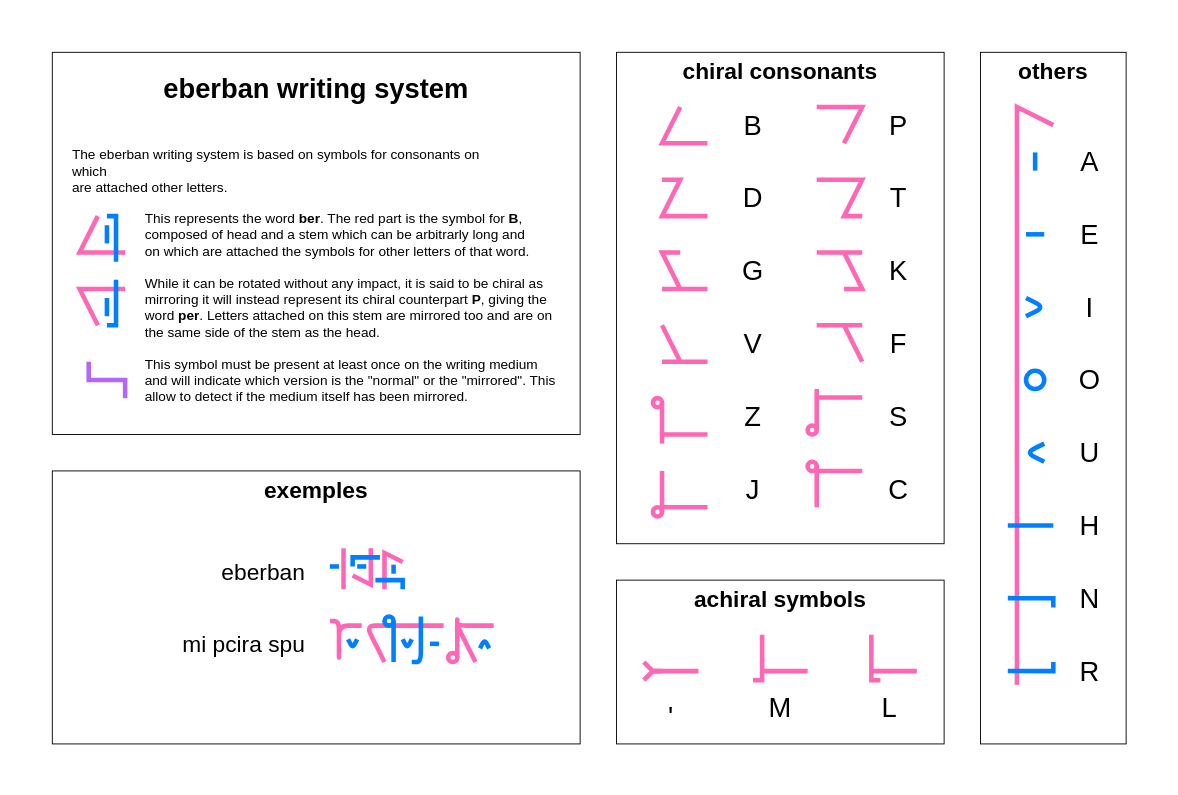
The draw.io diagram images/writing_system.drawio in eberban/eberban, before the edit. Source tidied: cells renumbered, new cells numbered last; positions are measured from the earlier drawing's top-left corner, leaving out a move shared by most shapes. Both pictures are drawn from the tidied source at 91%, with x=0, y=0 at pixel (15, 15).
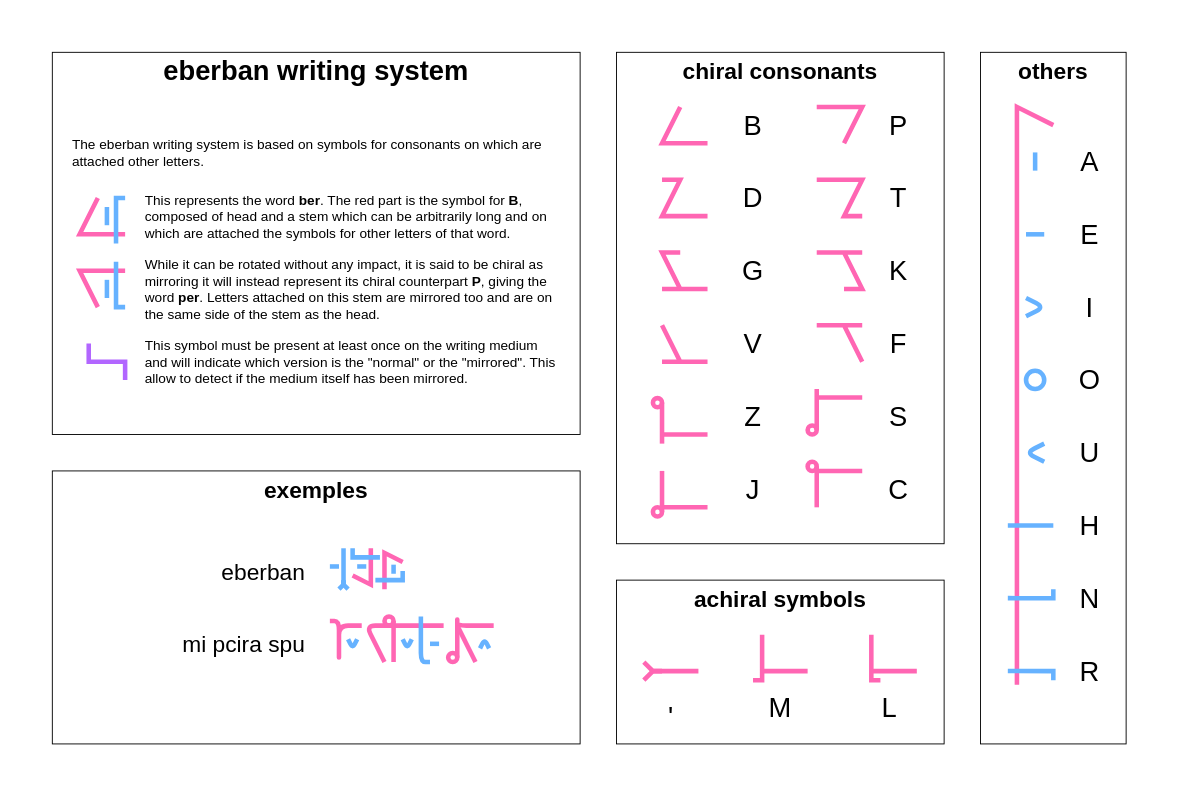
After the change.

Commit message (it also covers changes not shown here):
swap r/n symbol + fix logos

Change to the diagram source:
```diff
@@
-    <mxCell id="3" style="rounded=0;whiteSpace=wrap;html=1;strokeColor=none;strokeWidth=1;fillColor=none;fontFamily=Rajdhani;fontSize=25;align=center;" parent="1" vertex="1">
-      <mxGeometry width="1260" height="840" as="geometry" />
-    </mxCell>
@@
     <mxCell id="5" style="endArrow=none;html=1;strokeColor=#FF66B3;strokeWidth=5;fontFamily=Rajdhani;fontSize=15;rounded=0;" parent="1" edge="1">
       <mxGeometry relative="1" as="geometry">
-        <mxPoint x="90" y="220" as="sourcePoint" />
-        <mxPoint x="120" y="260" as="targetPoint" />
+        <mxPoint x="90" y="200" as="sourcePoint" />
+        <mxPoint x="120" y="240" as="targetPoint" />
         <Array as="points">
-          <mxPoint x="70" y="260" />
+          <mxPoint x="70" y="240" />
         </Array>
       </mxGeometry>
     </mxCell>
     <mxCell id="6" style="endArrow=none;html=1;strokeColor=#FF66B3;strokeWidth=5;fontFamily=Rajdhani;fontSize=15;rounded=0;" parent="1" edge="1">
       <mxGeometry relative="1" as="geometry">
-        <mxPoint x="90" y="340" as="sourcePoint" />
-        <mxPoint x="120" y="300" as="targetPoint" />
+        <mxPoint x="90" y="320" as="sourcePoint" />
+        <mxPoint x="120" y="280" as="targetPoint" />
         <Array as="points">
-          <mxPoint x="70" y="300" />
+          <mxPoint x="70" y="280" />
         </Array>
       </mxGeometry>
     </mxCell>
@@
     <mxCell id="9" value="eberban writing system" style="text;html=1;strokeColor=none;fillColor=none;align=center;verticalAlign=middle;whiteSpace=wrap;rounded=0;fontFamily=Rajdhani;fontStyle=1;fontSize=30;" parent="1" vertex="1">
-      <mxGeometry x="40" y="60" width="580" height="40" as="geometry" />
+      <mxGeometry x="40" y="40" width="580" height="40" as="geometry" />
     </mxCell>
-    <mxCell id="10" value="The eberban writing system is based on symbols for consonants on which&lt;br&gt;are attached other letters." style="text;html=1;strokeColor=none;fillColor=none;align=left;verticalAlign=middle;whiteSpace=wrap;rounded=0;fontFamily=Rajdhani;fontSize=15;" parent="1" vertex="1">
-      <mxGeometry x="60" y="140" width="460" height="60" as="geometry" />
+    <mxCell id="10" value="The eberban writing system is based on symbols for consonants on which are attached other letters." style="text;html=1;strokeColor=none;fillColor=none;align=left;verticalAlign=middle;whiteSpace=wrap;rounded=0;fontFamily=Rajdhani;fontSize=15;" parent="1" vertex="1">
+      <mxGeometry x="60" y="120" width="540" height="60" as="geometry" />
     </mxCell>
-    <mxCell id="11" style="endArrow=none;html=1;strokeColor=#007FFF;strokeWidth=5;fontFamily=Rajdhani;fontSize=15;" parent="1" edge="1">
+    <mxCell id="11" style="endArrow=none;html=1;strokeColor=#66B2FF;strokeWidth=5;fontFamily=Rajdhani;fontSize=15;" parent="1" edge="1">
       <mxGeometry relative="1" as="geometry">
-        <mxPoint x="100" y="250" as="sourcePoint" />
-        <mxPoint x="100" y="230" as="targetPoint" />
+        <mxPoint x="100" y="230" as="sourcePoint" />
+        <mxPoint x="100" y="210" as="targetPoint" />
       </mxGeometry>
     </mxCell>
-    <mxCell id="12" style="endArrow=none;html=1;strokeColor=#007FFF;strokeWidth=5;fontFamily=Rajdhani;fontSize=15;rounded=0;" parent="1" edge="1">
+    <mxCell id="12" style="endArrow=none;html=1;strokeColor=#66B2FF;strokeWidth=5;fontFamily=Rajdhani;fontSize=15;rounded=0;" parent="1" edge="1">
       <mxGeometry relative="1" as="geometry">
-        <mxPoint x="110" y="270" as="sourcePoint" />
-        <mxPoint x="100" y="220" as="targetPoint" />
+        <mxPoint x="110" y="250" as="sourcePoint" />
+        <mxPoint x="120" y="200" as="targetPoint" />
         <Array as="points">
-          <mxPoint x="110" y="220" />
+          <mxPoint x="110" y="200" />
         </Array>
       </mxGeometry>
     </mxCell>
-    <mxCell id="13" value="This represents the word &lt;b&gt;ber&lt;/b&gt;. The red part is the symbol for &lt;b&gt;B&lt;/b&gt;,&lt;br&gt;composed of head and a stem which can be arbitrarly long and&lt;br&gt;on which are attached the symbols for other letters of that word." style="text;html=1;strokeColor=none;fillColor=none;align=left;verticalAlign=middle;whiteSpace=wrap;rounded=0;fontFamily=Rajdhani;fontSize=15;" parent="1" vertex="1">
-      <mxGeometry x="140" y="210" width="460" height="60" as="geometry" />
+    <mxCell id="13" value="This represents the word &lt;b&gt;ber&lt;/b&gt;. The red part is the symbol for &lt;b&gt;B&lt;/b&gt;, composed of head and a stem which can be arbitrarily long and on which are attached the symbols for other letters of that word." style="text;html=1;strokeColor=none;fillColor=none;align=left;verticalAlign=middle;whiteSpace=wrap;rounded=0;fontFamily=Rajdhani;fontSize=15;" parent="1" vertex="1">
+      <mxGeometry x="140" y="190" width="460" height="60" as="geometry" />
     </mxCell>
     <mxCell id="14" value="While it can be rotated without any impact, it is said to be chiral as mirroring it will instead represent its chiral counterpart &lt;b&gt;P&lt;/b&gt;, giving the word&amp;nbsp;&lt;b&gt;per&lt;/b&gt;. Letters attached on this stem are mirrored too and are on the same side of the stem as the head." style="text;html=1;strokeColor=none;fillColor=none;align=left;verticalAlign=middle;whiteSpace=wrap;rounded=0;fontFamily=Rajdhani;fontSize=15;" parent="1" vertex="1">
-      <mxGeometry x="140" y="290" width="460" height="60" as="geometry" />
+      <mxGeometry x="140" y="270" width="460" height="60" as="geometry" />
     </mxCell>
-    <mxCell id="15" style="endArrow=none;html=1;strokeColor=#007FFF;strokeWidth=5;fontFamily=Rajdhani;fontSize=15;" parent="1" edge="1">
+    <mxCell id="15" style="endArrow=none;html=1;strokeColor=#66B2FF;strokeWidth=5;fontFamily=Rajdhani;fontSize=15;" parent="1" edge="1">
       <mxGeometry relative="1" as="geometry">
-        <mxPoint x="100" y="330" as="sourcePoint" />
-        <mxPoint x="100" y="310" as="targetPoint" />
+        <mxPoint x="100" y="310" as="sourcePoint" />
+        <mxPoint x="100" y="290" as="targetPoint" />
       </mxGeometry>
     </mxCell>
-    <mxCell id="16" style="endArrow=none;html=1;strokeColor=#007FFF;strokeWidth=5;fontFamily=Rajdhani;fontSize=15;rounded=0;" parent="1" edge="1">
+    <mxCell id="16" style="endArrow=none;html=1;strokeColor=#66B2FF;strokeWidth=5;fontFamily=Rajdhani;fontSize=15;rounded=0;" parent="1" edge="1">
       <mxGeometry relative="1" as="geometry">
-        <mxPoint x="110" y="290" as="sourcePoint" />
-        <mxPoint x="100" y="340" as="targetPoint" />
+        <mxPoint x="110" y="270" as="sourcePoint" />
+        <mxPoint x="120" y="320" as="targetPoint" />
         <Array as="points">
-          <mxPoint x="110" y="340" />
+          <mxPoint x="110" y="320" />
         </Array>
       </mxGeometry>
     </mxCell>
     <mxCell id="17" style="endArrow=none;html=1;strokeColor=#B266FF;strokeWidth=5;fontFamily=Rajdhani;fontSize=15;rounded=0;" parent="1" edge="1">
       <mxGeometry relative="1" as="geometry">
-        <mxPoint x="120" y="420" as="sourcePoint" />
-        <mxPoint x="80" y="380" as="targetPoint" />
+        <mxPoint x="120" y="400" as="sourcePoint" />
+        <mxPoint x="80" y="360" as="targetPoint" />
         <Array as="points">
-          <mxPoint x="120" y="400" />
-          <mxPoint x="80" y="400" />
+          <mxPoint x="120" y="380" />
+          <mxPoint x="80" y="380" />
         </Array>
       </mxGeometry>
     </mxCell>
     <mxCell id="18" value="This symbol must be present at least once on the writing medium and will indicate which version is the &quot;normal&quot; or the &quot;mirrored&quot;. This allow to detect if the medium itself has been mirrored." style="text;html=1;strokeColor=none;fillColor=none;align=left;verticalAlign=middle;whiteSpace=wrap;rounded=0;fontFamily=Rajdhani;fontSize=15;" parent="1" vertex="1">
-      <mxGeometry x="140" y="370" width="460" height="60" as="geometry" />
+      <mxGeometry x="140" y="350" width="460" height="60" as="geometry" />
     </mxCell>
@@
-    <mxCell id="36" style="endArrow=none;html=1;strokeColor=#007FFF;strokeWidth=5;fontFamily=Rajdhani;fontSize=25;" parent="1" edge="1">
+    <mxCell id="36" style="endArrow=none;html=1;strokeColor=#66B2FF;strokeWidth=5;fontFamily=Rajdhani;fontSize=25;" parent="1" edge="1">
       <mxGeometry relative="1" as="geometry">
         <mxPoint x="1120" y="170" as="sourcePoint" />
         <mxPoint x="1120" y="150" as="targetPoint" />
       </mxGeometry>
     </mxCell>
-    <mxCell id="37" style="endArrow=none;html=1;strokeColor=#007FFF;strokeWidth=5;fontFamily=Rajdhani;fontSize=25;" parent="1" edge="1">
+    <mxCell id="37" style="endArrow=none;html=1;strokeColor=#66B2FF;strokeWidth=5;fontFamily=Rajdhani;fontSize=25;" parent="1" edge="1">
       <mxGeometry relative="1" as="geometry">
         <mxPoint x="1130" y="240" as="sourcePoint" />
         <mxPoint x="1110" y="240" as="targetPoint" />
       </mxGeometry>
     </mxCell>
-    <mxCell id="38" style="endArrow=none;html=1;strokeColor=#007FFF;strokeWidth=5;fontFamily=Rajdhani;fontSize=25;rounded=1;" parent="1" edge="1">
+    <mxCell id="38" style="endArrow=none;html=1;strokeColor=#66B2FF;strokeWidth=5;fontFamily=Rajdhani;fontSize=25;rounded=1;" parent="1" edge="1">
       <mxGeometry relative="1" as="geometry">
         <mxPoint x="1110" y="330" as="sourcePoint" />
         <mxPoint x="1110" y="310" as="targetPoint" />
         <Array as="points">
           <mxPoint x="1130" y="320" />
         </Array>
       </mxGeometry>
     </mxCell>
-    <mxCell id="39" style="endArrow=none;html=1;strokeColor=#007FFF;strokeWidth=5;fontFamily=Rajdhani;fontSize=25;rounded=1;" parent="1" edge="1">
+    <mxCell id="39" style="endArrow=none;html=1;strokeColor=#66B2FF;strokeWidth=5;fontFamily=Rajdhani;fontSize=25;rounded=1;" parent="1" edge="1">
       <mxGeometry relative="1" as="geometry">
         <mxPoint x="1130" y="490" as="sourcePoint" />
         <mxPoint x="1130" y="470" as="targetPoint" />
         <Array as="points">
           <mxPoint x="1110" y="480" />
         </Array>
       </mxGeometry>
     </mxCell>
-    <mxCell id="40" style="ellipse;whiteSpace=wrap;html=1;strokeWidth=5;fillColor=none;fontFamily=Rajdhani;fontSize=25;align=center;strokeColor=#007FFF;" parent="1" vertex="1">
+    <mxCell id="40" style="ellipse;whiteSpace=wrap;html=1;strokeWidth=5;fillColor=none;fontFamily=Rajdhani;fontSize=25;align=center;strokeColor=#66B2FF;" parent="1" vertex="1">
       <mxGeometry x="1110" y="390" width="20" height="20" as="geometry" />
     </mxCell>
@@
-    <mxCell id="59" style="endArrow=none;html=1;strokeColor=#007FFF;strokeWidth=5;fontFamily=Rajdhani;fontSize=25;" parent="1" edge="1">
+    <mxCell id="59" style="endArrow=none;html=1;strokeColor=#66B2FF;strokeWidth=5;fontFamily=Rajdhani;fontSize=25;" parent="1" edge="1">
       <mxGeometry relative="1" as="geometry">
         <mxPoint x="1090" y="560" as="sourcePoint" />
         <mxPoint x="1140" y="560" as="targetPoint" />
       </mxGeometry>
     </mxCell>
@@
-    <mxCell id="61" style="endArrow=none;html=1;strokeColor=#007FFF;strokeWidth=5;fontFamily=Rajdhani;fontSize=25;rounded=0;" parent="1" edge="1">
+    <mxCell id="61" style="endArrow=none;html=1;strokeColor=#66B2FF;strokeWidth=5;fontFamily=Rajdhani;fontSize=25;rounded=0;" parent="1" edge="1">
       <mxGeometry relative="1" as="geometry">
         <mxPoint x="1090" y="719.8" as="sourcePoint" />
-        <mxPoint x="1140" y="710" as="targetPoint" />
+        <mxPoint x="1140" y="730" as="targetPoint" />
         <Array as="points">
           <mxPoint x="1140" y="720" />
         </Array>
       </mxGeometry>
     </mxCell>
@@
-    <mxCell id="67" style="endArrow=none;html=1;strokeColor=#007FFF;strokeWidth=5;fontFamily=Rajdhani;fontSize=25;entryX=1;entryY=0.5;entryDx=0;entryDy=0;" parent="1" edge="1" target="77">
+    <mxCell id="67" style="endArrow=none;html=1;strokeColor=#FF66B3;strokeWidth=5;fontFamily=Rajdhani;fontSize=25;entryX=1;entryY=0.5;entryDx=0;entryDy=0;" parent="1" edge="1" target="77">
       <mxGeometry relative="1" as="geometry">
         <mxPoint x="415" y="710" as="sourcePoint" />
       </mxGeometry>
     </mxCell>
-    <mxCell id="68" style="endArrow=none;html=1;strokeColor=#007FFF;strokeWidth=5;fontFamily=Rajdhani;fontSize=25;" parent="1" edge="1">
+    <mxCell id="68" style="endArrow=none;html=1;strokeColor=#66B2FF;strokeWidth=5;fontFamily=Rajdhani;fontSize=25;" parent="1" edge="1">
       <mxGeometry relative="1" as="geometry">
         <mxPoint x="425" y="685" as="sourcePoint" />
         <mxPoint x="435" y="685" as="targetPoint" />
         <Array as="points">
           <mxPoint x="430" y="695" />
         </Array>
       </mxGeometry>
     </mxCell>
-    <mxCell id="69" style="endArrow=none;html=1;strokeColor=#007FFF;strokeWidth=5;fontFamily=Rajdhani;fontSize=25;" parent="1" edge="1">
+    <mxCell id="69" style="endArrow=none;html=1;strokeColor=#66B2FF;strokeWidth=5;fontFamily=Rajdhani;fontSize=25;" parent="1" edge="1">
       <mxGeometry relative="1" as="geometry">
         <mxPoint x="445" y="660" as="sourcePoint" />
-        <mxPoint x="435" y="710" as="targetPoint" />
+        <mxPoint x="455" y="710" as="targetPoint" />
         <Array as="points">
           <mxPoint x="445" y="710" />
         </Array>
       </mxGeometry>
     </mxCell>
-    <mxCell id="70" style="endArrow=none;html=1;strokeColor=#007FFF;strokeWidth=5;fontFamily=Rajdhani;fontSize=25;" parent="1" edge="1">
+    <mxCell id="70" style="endArrow=none;html=1;strokeColor=#66B2FF;strokeWidth=5;fontFamily=Rajdhani;fontSize=25;" parent="1" edge="1">
       <mxGeometry relative="1" as="geometry">
         <mxPoint x="455" y="690" as="sourcePoint" />
         <mxPoint x="465" y="690" as="targetPoint" />
       </mxGeometry>
     </mxCell>
@@
-    <mxCell id="75" style="endArrow=none;html=1;strokeColor=#007FFF;strokeWidth=5;fontFamily=Rajdhani;fontSize=25;" parent="1" edge="1">
+    <mxCell id="75" style="endArrow=none;html=1;strokeColor=#66B2FF;strokeWidth=5;fontFamily=Rajdhani;fontSize=25;" parent="1" edge="1">
       <mxGeometry relative="1" as="geometry">
         <mxPoint x="510" y="695" as="sourcePoint" />
         <mxPoint x="520" y="695" as="targetPoint" />
         <Array as="points">
           <mxPoint x="515" y="685" />
         </Array>
       </mxGeometry>
     </mxCell>
@@
-    <mxCell id="77" style="ellipse;whiteSpace=wrap;html=1;strokeColor=#007FFF;strokeWidth=5;fillColor=none;fontFamily=Rajdhani;fontSize=25;align=center;" parent="1" vertex="1">
+    <mxCell id="77" style="ellipse;whiteSpace=wrap;html=1;strokeColor=#FF66B3;strokeWidth=5;fillColor=none;fontFamily=Rajdhani;fontSize=25;align=center;" parent="1" vertex="1">
       <mxGeometry x="405" y="660" width="10" height="10" as="geometry" />
     </mxCell>
@@
-    <mxCell id="83" style="endArrow=none;html=1;strokeColor=#007FFF;strokeWidth=5;fontFamily=Rajdhani;fontSize=25;rounded=0;" parent="1" edge="1">
+    <mxCell id="83" style="endArrow=none;html=1;strokeColor=#66B2FF;strokeWidth=5;fontFamily=Rajdhani;fontSize=25;rounded=0;" parent="1" edge="1">
       <mxGeometry relative="1" as="geometry">
         <mxPoint x="1090" y="639.8" as="sourcePoint" />
-        <mxPoint x="1140" y="650" as="targetPoint" />
+        <mxPoint x="1140" y="630" as="targetPoint" />
         <Array as="points">
           <mxPoint x="1140" y="640" />
         </Array>
       </mxGeometry>
     </mxCell>
@@
-    <mxCell id="94" style="endArrow=none;html=1;strokeColor=#007FFF;strokeWidth=5;fontFamily=Rajdhani;fontSize=25;" parent="1" edge="1">
+    <mxCell id="94" style="endArrow=none;html=1;strokeColor=#66B2FF;strokeWidth=5;fontFamily=Rajdhani;fontSize=25;" parent="1" edge="1">
       <mxGeometry relative="1" as="geometry">
         <mxPoint x="365" y="685" as="sourcePoint" />
         <mxPoint x="375" y="685" as="targetPoint" />
         <Array as="points">
           <mxPoint x="370" y="695" />
         </Array>
       </mxGeometry>
     </mxCell>
@@
-    <mxCell id="96" style="endArrow=none;html=1;strokeWidth=5;strokeColor=#007FFF;" parent="1" edge="1">
+    <mxCell id="96" style="endArrow=none;html=1;strokeWidth=5;strokeColor=#66B2FF;" parent="1" edge="1">
       <mxGeometry relative="1" as="geometry">
         <mxPoint x="375" y="605" as="sourcePoint" />
         <mxPoint x="385" y="605" as="targetPoint" />
       </mxGeometry>
     </mxCell>
-    <mxCell id="97" style="endArrow=none;html=1;strokeWidth=5;rounded=0;strokeColor=#007FFF;" parent="1" edge="1">
+    <mxCell id="97" style="endArrow=none;html=1;strokeWidth=5;rounded=0;strokeColor=#66B2FF;" parent="1" edge="1">
       <mxGeometry relative="1" as="geometry">
-        <mxPoint x="370" y="605" as="sourcePoint" />
+        <mxPoint x="370" y="585" as="sourcePoint" />
         <mxPoint x="400" y="595" as="targetPoint" />
         <Array as="points">
           <mxPoint x="370" y="595" />
         </Array>
       </mxGeometry>
     </mxCell>
@@
-    <mxCell id="99" style="endArrow=none;html=1;strokeWidth=5;strokeColor=#007FFF;" parent="1" edge="1">
+    <mxCell id="99" style="endArrow=none;html=1;strokeWidth=5;strokeColor=#66B2FF;" parent="1" edge="1">
       <mxGeometry relative="1" as="geometry">
         <mxPoint x="415" y="613" as="sourcePoint" />
         <mxPoint x="415" y="603" as="targetPoint" />
       </mxGeometry>
     </mxCell>
-    <mxCell id="100" style="endArrow=none;html=1;strokeWidth=5;rounded=0;strokeColor=#007FFF;" parent="1" edge="1">
+    <mxCell id="100" style="endArrow=none;html=1;strokeWidth=5;rounded=0;strokeColor=#66B2FF;" parent="1" edge="1">
       <mxGeometry relative="1" as="geometry">
         <mxPoint x="395" y="620" as="sourcePoint" />
-        <mxPoint x="425" y="630" as="targetPoint" />
+        <mxPoint x="425" y="610" as="targetPoint" />
         <Array as="points">
           <mxPoint x="425" y="620" />
         </Array>
       </mxGeometry>
     </mxCell>
-    <mxCell id="101" style="endArrow=none;html=1;strokeWidth=5;strokeColor=#FF66B3;" parent="1" edge="1">
-      <mxGeometry relative="1" as="geometry">
-        <mxPoint x="360" y="630" as="sourcePoint" />
-        <mxPoint x="360" y="585" as="targetPoint" />
-      </mxGeometry>
-    </mxCell>
-    <mxCell id="102" style="endArrow=none;html=1;strokeWidth=5;strokeColor=#007FFF;" parent="1" edge="1">
+    <mxCell id="102" style="endArrow=none;html=1;strokeWidth=5;strokeColor=#66B2FF;" parent="1" edge="1">
       <mxGeometry relative="1" as="geometry">
         <mxPoint x="345" y="605" as="sourcePoint" />
         <mxPoint x="355" y="605" as="targetPoint" />
       </mxGeometry>
     </mxCell>
+    <mxCell id="103" style="endArrow=none;html=1;strokeWidth=5;strokeColor=#66B2FF;startArrow=none;startFill=0;" parent="1" edge="1">
+      <mxGeometry relative="1" as="geometry">
+        <mxPoint x="360" y="625" as="sourcePoint" />
+        <mxPoint x="360" y="585" as="targetPoint" />
+      </mxGeometry>
+    </mxCell>
+    <mxCell id="104" style="endArrow=none;html=1;strokeWidth=5;strokeColor=#66B2FF;startArrow=none;startFill=0;rounded=0;" parent="1" edge="1">
+      <mxGeometry relative="1" as="geometry">
+        <mxPoint x="355" y="630" as="sourcePoint" />
+        <mxPoint x="360" y="620" as="targetPoint" />
+        <Array as="points">
+          <mxPoint x="360" y="625" />
+        </Array>
+      </mxGeometry>
+    </mxCell>
+    <mxCell id="105" style="endArrow=none;html=1;strokeWidth=5;strokeColor=#66B2FF;startArrow=none;startFill=0;rounded=0;" parent="1" edge="1">
+      <mxGeometry relative="1" as="geometry">
+        <mxPoint x="365" y="630" as="sourcePoint" />
+        <mxPoint x="360" y="620" as="targetPoint" />
+        <Array as="points">
+          <mxPoint x="360" y="625" />
+        </Array>
+      </mxGeometry>
+    </mxCell>
```
